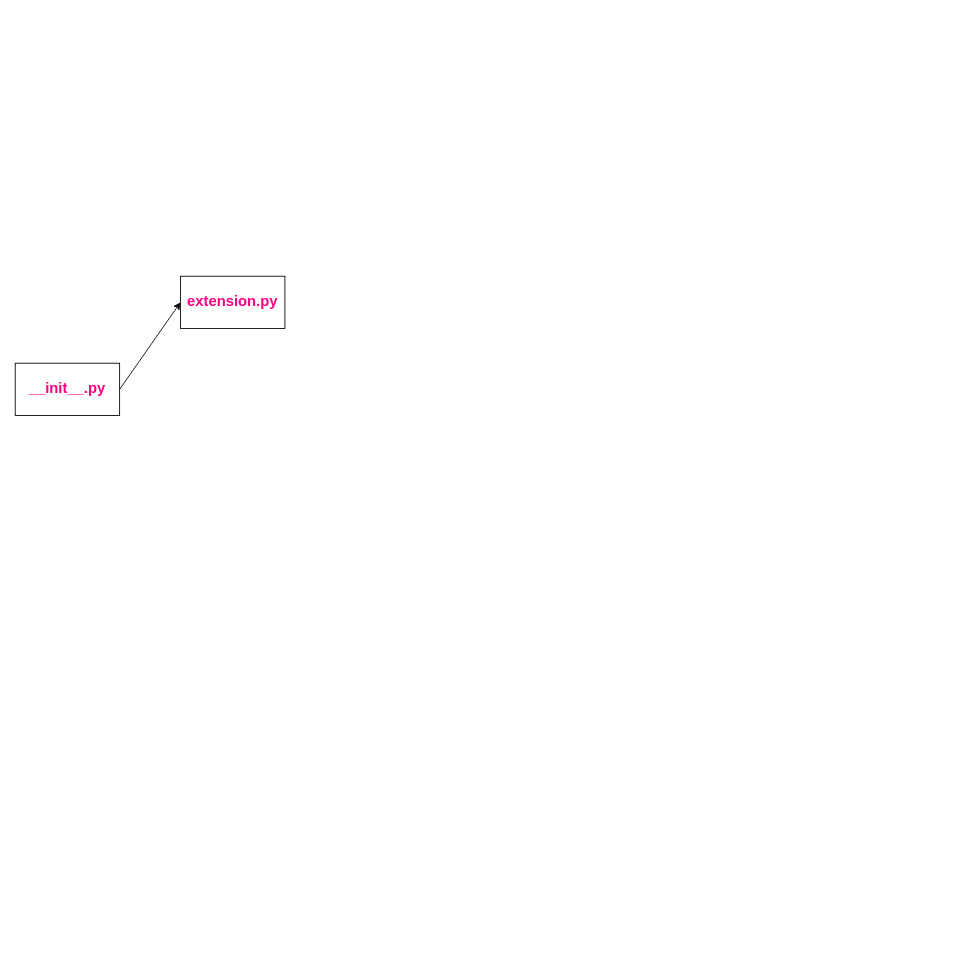
This is krita/krita_sturcture.drawio from icekeg/AIcoding, a draw.io file, before an edit. Source tidied: cells renumbered, new cells numbered last; positions are measured from the earlier drawing's top-left corner, leaving out a move shared by most shapes. Both pictures are drawn from the tidied source at 87%, with x=0, y=0 at pixel (15, 276).
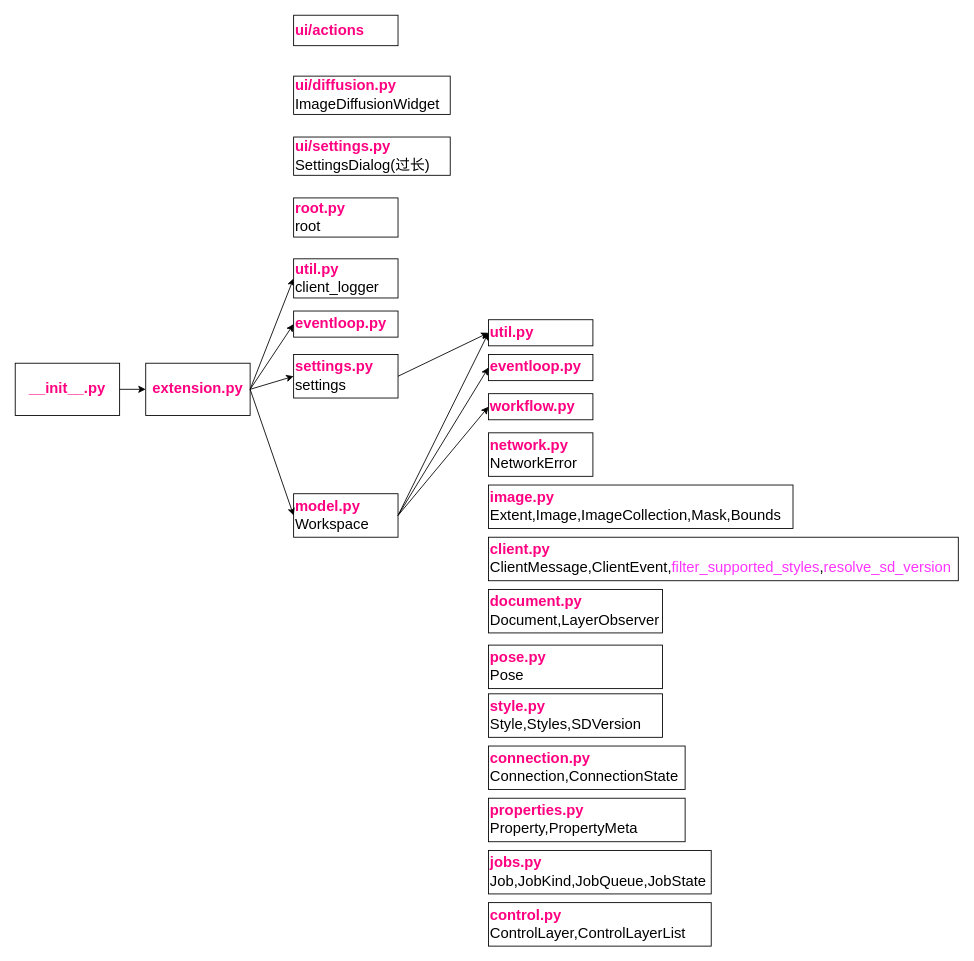
The same page after the edit.

The edit, as a diff of the source:
```diff
@@
     <mxCell id="4" value="extension.py" style="rounded=0;whiteSpace=wrap;html=1;fontSize=17;fontColor=#FF0080;fontStyle=1;" parent="1" vertex="1">
-      <mxGeometry x="190" width="120" height="60" as="geometry" />
+      <mxGeometry x="150" y="100" width="120" height="60" as="geometry" />
     </mxCell>
+    <mxCell id="5" value="eventloop.py" style="rounded=0;whiteSpace=wrap;html=1;fontSize=17;fontColor=#FF0080;fontStyle=1;align=left;" parent="1" vertex="1">
+      <mxGeometry x="320" y="40" width="120" height="30" as="geometry" />
+    </mxCell>
+    <mxCell id="6" style="endArrow=classic;html=1;fontSize=17;fontColor=#FF0080;exitX=1;exitY=0.5;exitDx=0;exitDy=0;entryX=0;entryY=0.5;entryDx=0;entryDy=0;" parent="1" edge="1" source="4" target="5">
+      <mxGeometry relative="1" as="geometry" />
+    </mxCell>
+    <mxCell id="7" value="settings.py&lt;br&gt;&lt;span style=&quot;font-weight: normal&quot;&gt;&lt;font color=&quot;#000000&quot;&gt;settings&lt;/font&gt;&lt;/span&gt;" style="rounded=0;whiteSpace=wrap;html=1;fontSize=17;fontColor=#FF0080;fontStyle=1;align=left;" parent="1" vertex="1">
+      <mxGeometry x="320" y="90" width="120" height="50" as="geometry" />
+    </mxCell>
+    <mxCell id="8" style="endArrow=classic;html=1;fontSize=17;fontColor=#FF0080;exitX=1;exitY=0.5;exitDx=0;exitDy=0;entryX=0;entryY=0.5;entryDx=0;entryDy=0;" parent="1" edge="1" source="4" target="17">
+      <mxGeometry relative="1" as="geometry" />
+    </mxCell>
+    <mxCell id="9" value="util.py" style="rounded=0;whiteSpace=wrap;html=1;fontSize=17;fontColor=#FF0080;fontStyle=1;align=left;" parent="1" vertex="1">
+      <mxGeometry x="544" y="50" width="120" height="30" as="geometry" />
+    </mxCell>
+    <mxCell id="10" style="endArrow=classic;html=1;fontSize=17;fontColor=#FF0080;exitX=1;exitY=0.5;exitDx=0;exitDy=0;entryX=0;entryY=0.5;entryDx=0;entryDy=0;" parent="1" edge="1" source="7" target="9">
+      <mxGeometry relative="1" as="geometry" />
+    </mxCell>
+    <mxCell id="11" value="model.py&lt;br&gt;&lt;font color=&quot;#000000&quot;&gt;&lt;span style=&quot;font-weight: 400&quot;&gt;Workspace&lt;/span&gt;&lt;/font&gt;" style="rounded=0;whiteSpace=wrap;html=1;fontSize=17;fontColor=#FF0080;fontStyle=1;align=left;" parent="1" vertex="1">
+      <mxGeometry x="320" y="250" width="120" height="50" as="geometry" />
+    </mxCell>
+    <mxCell id="12" style="endArrow=classic;html=1;fontSize=17;fontColor=#FF0080;entryX=0;entryY=0.5;entryDx=0;entryDy=0;" parent="1" edge="1" target="11">
+      <mxGeometry relative="1" as="geometry">
+        <mxPoint x="270" y="130" as="sourcePoint" />
+      </mxGeometry>
+    </mxCell>
+    <mxCell id="13" value="ui/diffusion.py&lt;br&gt;&lt;font color=&quot;#000000&quot;&gt;&lt;span style=&quot;font-weight: 400&quot;&gt;ImageDiffusionWidget&lt;/span&gt;&lt;/font&gt;" style="rounded=0;whiteSpace=wrap;html=1;fontSize=17;fontColor=#FF0080;fontStyle=1;align=left;" parent="1" vertex="1">
+      <mxGeometry x="320" y="-230" width="180" height="44" as="geometry" />
+    </mxCell>
+    <mxCell id="14" value="ui/actions" style="rounded=0;whiteSpace=wrap;html=1;fontSize=17;fontColor=#FF0080;fontStyle=1;align=left;" parent="1" vertex="1">
+      <mxGeometry x="320" y="-300" width="120" height="35" as="geometry" />
+    </mxCell>
+    <mxCell id="15" value="ui/settings.py&lt;br&gt;&lt;font color=&quot;#000000&quot;&gt;&lt;span style=&quot;font-weight: 400&quot;&gt;SettingsDialog(过长)&lt;/span&gt;&lt;/font&gt;" style="rounded=0;whiteSpace=wrap;html=1;fontSize=17;fontColor=#FF0080;fontStyle=1;align=left;" parent="1" vertex="1">
+      <mxGeometry x="320" y="-160" width="180" height="44" as="geometry" />
+    </mxCell>
+    <mxCell id="16" value="root.py&lt;br&gt;&lt;span style=&quot;color: rgb(0 , 0 , 0) ; font-weight: 400&quot;&gt;root&lt;/span&gt;" style="rounded=0;whiteSpace=wrap;html=1;fontSize=17;fontColor=#FF0080;fontStyle=1;align=left;" parent="1" vertex="1">
+      <mxGeometry x="320" y="-90" width="120" height="45" as="geometry" />
+    </mxCell>
+    <mxCell id="17" value="util.py&lt;br&gt;&lt;span style=&quot;color: rgb(0 , 0 , 0) ; font-weight: 400&quot;&gt;client_logger&lt;/span&gt;" style="rounded=0;whiteSpace=wrap;html=1;fontSize=17;fontColor=#FF0080;fontStyle=1;align=left;" parent="1" vertex="1">
+      <mxGeometry x="320" y="-20" width="120" height="45" as="geometry" />
+    </mxCell>
+    <mxCell id="18" value="eventloop.py" style="rounded=0;whiteSpace=wrap;html=1;fontSize=17;fontColor=#FF0080;fontStyle=1;align=left;" parent="1" vertex="1">
+      <mxGeometry x="544" y="90" width="120" height="30" as="geometry" />
+    </mxCell>
+    <mxCell id="19" value="workflow.py" style="rounded=0;whiteSpace=wrap;html=1;fontSize=17;fontColor=#FF0080;fontStyle=1;align=left;" parent="1" vertex="1">
+      <mxGeometry x="544" y="135" width="120" height="30" as="geometry" />
+    </mxCell>
+    <mxCell id="20" style="endArrow=classic;html=1;fontSize=17;fontColor=#FF0080;exitX=1;exitY=0.5;exitDx=0;exitDy=0;entryX=0;entryY=0.5;entryDx=0;entryDy=0;" parent="1" edge="1" source="11" target="9">
+      <mxGeometry relative="1" as="geometry" />
+    </mxCell>
+    <mxCell id="21" style="endArrow=classic;html=1;fontSize=17;fontColor=#FF0080;exitX=1;exitY=0.5;exitDx=0;exitDy=0;entryX=0;entryY=0.5;entryDx=0;entryDy=0;" parent="1" edge="1" source="11" target="18">
+      <mxGeometry relative="1" as="geometry" />
+    </mxCell>
+    <mxCell id="22" style="endArrow=classic;html=1;fontSize=17;fontColor=#FF0080;exitX=1;exitY=0.5;exitDx=0;exitDy=0;entryX=0;entryY=0.5;entryDx=0;entryDy=0;" parent="1" edge="1" source="11" target="19">
+      <mxGeometry relative="1" as="geometry" />
+    </mxCell>
+    <mxCell id="23" value="client.py&lt;br&gt;&lt;span style=&quot;font-weight: 400&quot;&gt;&lt;font color=&quot;#000000&quot;&gt;ClientMessage,ClientEvent,&lt;/font&gt;&lt;font color=&quot;#ff33ff&quot;&gt;filter_supported_styles&lt;/font&gt;&lt;font color=&quot;#000000&quot;&gt;,&lt;/font&gt;&lt;font color=&quot;#ff33ff&quot;&gt;resolve_sd_version&lt;/font&gt;&lt;/span&gt;" style="rounded=0;whiteSpace=wrap;html=1;fontSize=17;fontColor=#FF0080;fontStyle=1;align=left;" parent="1" vertex="1">
+      <mxGeometry x="544" y="300" width="540" height="50" as="geometry" />
+    </mxCell>
+    <mxCell id="24" value="network.py&lt;br&gt;&lt;font color=&quot;#000000&quot;&gt;&lt;span style=&quot;font-weight: 400&quot;&gt;NetworkError&lt;/span&gt;&lt;/font&gt;" style="rounded=0;whiteSpace=wrap;html=1;fontSize=17;fontColor=#FF0080;fontStyle=1;align=left;" parent="1" vertex="1">
+      <mxGeometry x="544" y="180" width="120" height="50" as="geometry" />
+    </mxCell>
+    <mxCell id="25" value="image.py&lt;br&gt;&lt;font color=&quot;#000000&quot;&gt;&lt;span style=&quot;font-weight: 400&quot;&gt;Extent,Image,ImageCollection,Mask,Bounds&lt;/span&gt;&lt;/font&gt;" style="rounded=0;whiteSpace=wrap;html=1;fontSize=17;fontColor=#FF0080;fontStyle=1;align=left;" parent="1" vertex="1">
+      <mxGeometry x="544" y="240" width="350" height="50" as="geometry" />
+    </mxCell>
+    <mxCell id="26" value="document.py&lt;br&gt;&lt;font color=&quot;#000000&quot;&gt;&lt;span style=&quot;font-weight: 400&quot;&gt;Document,LayerObserver&lt;/span&gt;&lt;/font&gt;" style="rounded=0;whiteSpace=wrap;html=1;fontSize=17;fontColor=#FF0080;fontStyle=1;align=left;" parent="1" vertex="1">
+      <mxGeometry x="544" y="360" width="200" height="50" as="geometry" />
+    </mxCell>
+    <mxCell id="27" value="pose.py&lt;br&gt;&lt;font color=&quot;#000000&quot;&gt;&lt;span style=&quot;font-weight: 400&quot;&gt;Pose&lt;/span&gt;&lt;/font&gt;" style="rounded=0;whiteSpace=wrap;html=1;fontSize=17;fontColor=#FF0080;fontStyle=1;align=left;" parent="1" vertex="1">
+      <mxGeometry x="544" y="424" width="200" height="50" as="geometry" />
+    </mxCell>
+    <mxCell id="28" value="style.py&lt;br&gt;&lt;font color=&quot;#000000&quot;&gt;&lt;span style=&quot;font-weight: 400&quot;&gt;Style,Styles,SDVersion&lt;/span&gt;&lt;/font&gt;" style="rounded=0;whiteSpace=wrap;html=1;fontSize=17;fontColor=#FF0080;fontStyle=1;align=left;" parent="1" vertex="1">
+      <mxGeometry x="544" y="480" width="200" height="50" as="geometry" />
+    </mxCell>
+    <mxCell id="29" value="connection.py&lt;br&gt;&lt;font color=&quot;#000000&quot;&gt;&lt;span style=&quot;font-weight: 400&quot;&gt;Connection,ConnectionState&lt;/span&gt;&lt;/font&gt;" style="rounded=0;whiteSpace=wrap;html=1;fontSize=17;fontColor=#FF0080;fontStyle=1;align=left;" parent="1" vertex="1">
+      <mxGeometry x="544" y="540" width="226" height="50" as="geometry" />
+    </mxCell>
+    <mxCell id="30" value="properties.py&lt;br&gt;&lt;font color=&quot;#000000&quot;&gt;&lt;span style=&quot;font-weight: 400&quot;&gt;Property,PropertyMeta&lt;/span&gt;&lt;/font&gt;" style="rounded=0;whiteSpace=wrap;html=1;fontSize=17;fontColor=#FF0080;fontStyle=1;align=left;" parent="1" vertex="1">
+      <mxGeometry x="544" y="600" width="226" height="50" as="geometry" />
+    </mxCell>
+    <mxCell id="31" value="jobs.py&lt;br&gt;&lt;font color=&quot;#000000&quot;&gt;&lt;span style=&quot;font-weight: 400&quot;&gt;Job,JobKind,JobQueue,JobState&lt;/span&gt;&lt;/font&gt;" style="rounded=0;whiteSpace=wrap;html=1;fontSize=17;fontColor=#FF0080;fontStyle=1;align=left;" parent="1" vertex="1">
+      <mxGeometry x="544" y="660" width="256" height="50" as="geometry" />
+    </mxCell>
+    <mxCell id="32" value="control.py&lt;br&gt;&lt;font color=&quot;#000000&quot;&gt;&lt;span style=&quot;font-weight: 400&quot;&gt;ControlLayer,ControlLayerList&lt;/span&gt;&lt;/font&gt;" style="rounded=0;whiteSpace=wrap;html=1;fontSize=17;fontColor=#FF0080;fontStyle=1;align=left;" parent="1" vertex="1">
+      <mxGeometry x="544" y="720" width="256" height="50" as="geometry" />
+    </mxCell>
+    <mxCell id="33" style="endArrow=classic;html=1;fontSize=17;fontColor=#FF0080;entryX=0;entryY=0.5;entryDx=0;entryDy=0;" parent="1" edge="1" target="7">
+      <mxGeometry relative="1" as="geometry">
+        <mxPoint x="270" y="130" as="sourcePoint" />
+      </mxGeometry>
+    </mxCell>
```
